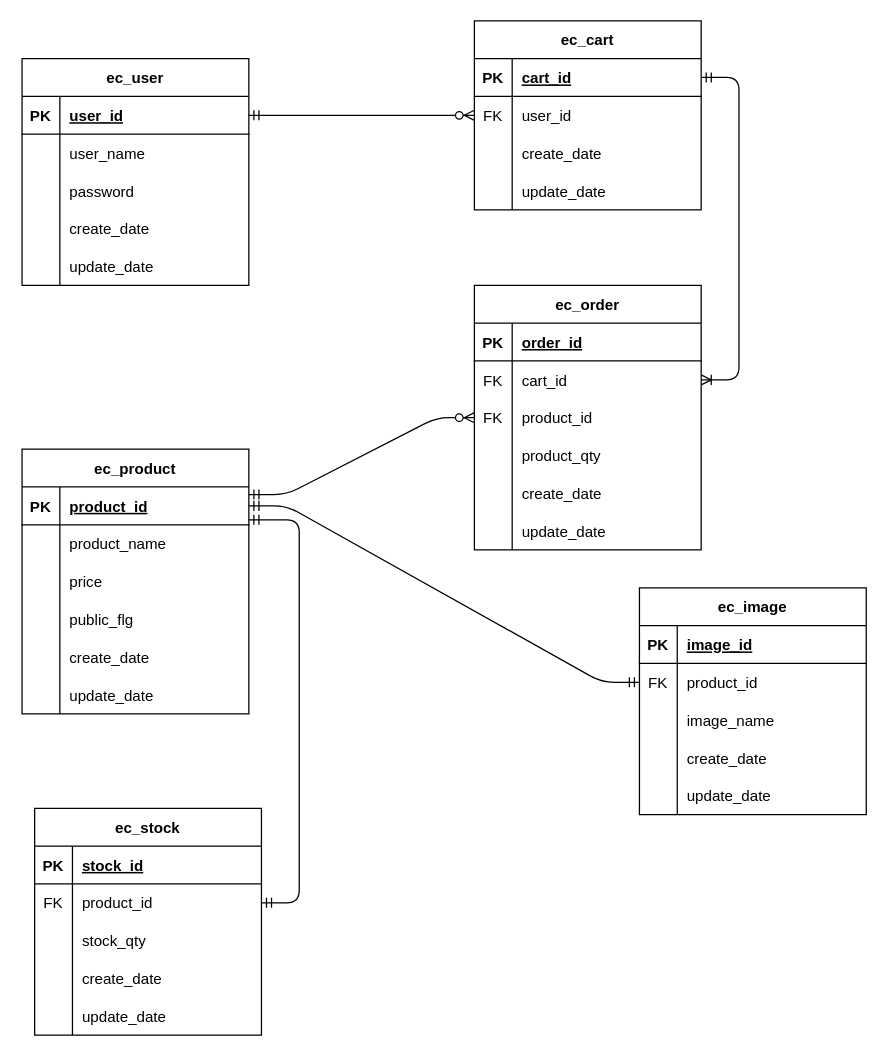
This is htdocs/ec_site/documents/ER.dio from wakamyc701/dc_work_tamachi_wakamiya_PHP, a draw.io file, before an edit. Source tidied: cells renumbered, new cells numbered last; positions are measured from the earlier drawing's top-left corner, leaving out a move shared by most shapes. Both pictures are drawn from the tidied source at 126%, with x=0, y=0 at pixel (21, 20).
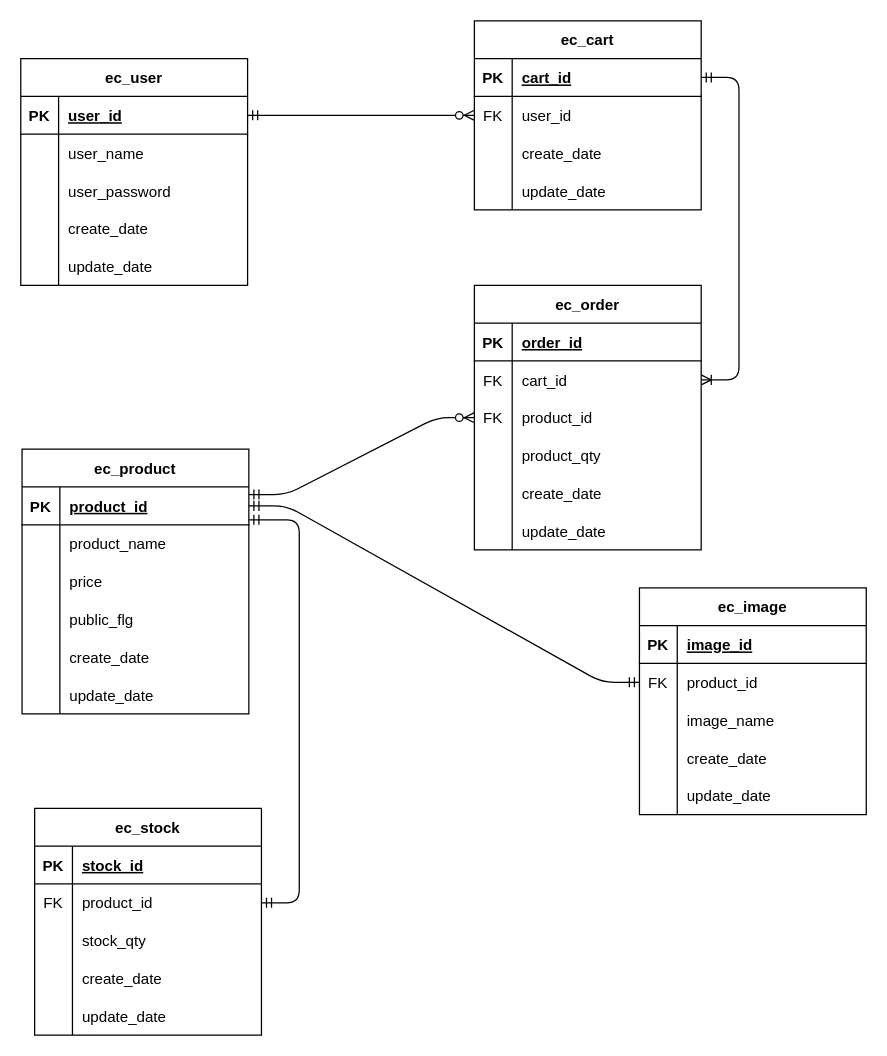
After the change.

Unchanged cells that the change refers to:
```xml
<mxCell id="9" style="shape=tableRow;horizontal=0;startSize=0;swimlaneHead=0;swimlaneBody=0;fillColor=none;top=0;left=0;right=0;bottom=0;" parent="2" vertex="1">
  <mxGeometry y="90" width="180" height="30" as="geometry" />
</mxCell>
```

Diff of the diagram source:
```diff
@@
     <mxCell id="2" value="ec_user" style="shape=table;startSize=30;childLayout=tableLayout;rowLines=0;fontStyle=1;align=center;" parent="1" vertex="1">
-      <mxGeometry y="30" width="180" height="180" as="geometry" />
+      <mxGeometry x="-1" y="30" width="180" height="180" as="geometry" />
     </mxCell>
@@
-    <mxCell id="11" value="password" style="shape=partialRectangle;fillColor=none;top=0;left=0;bottom=0;right=0;align=left;spacingLeft=6;overflow=hidden;" parent="9" vertex="1">
+    <mxCell id="11" value="user_password" style="shape=partialRectangle;fillColor=none;top=0;left=0;bottom=0;right=0;align=left;spacingLeft=6;overflow=hidden;" parent="9" vertex="1">
       <mxGeometry x="30" width="150" height="30" as="geometry" />
     </mxCell>
```
